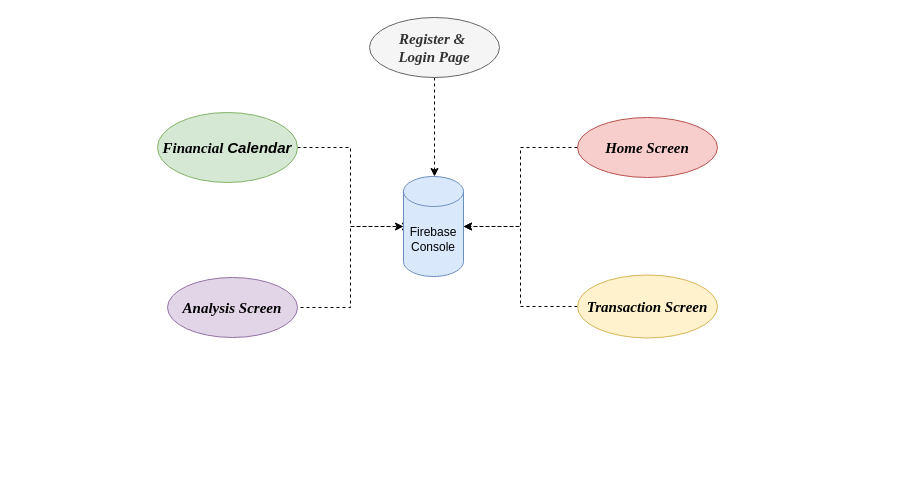
The draw.io diagram lib/Untitled Diagram.drawio in Sanketrajnor/Budget_Management_App, before the edit. Source tidied: cells renumbered, new cells numbered last; positions are measured from the earlier drawing's top-left corner, leaving out a move shared by most shapes. Both pictures are drawn from the tidied source at 100%, with x=0, y=0 at pixel (157, 17).
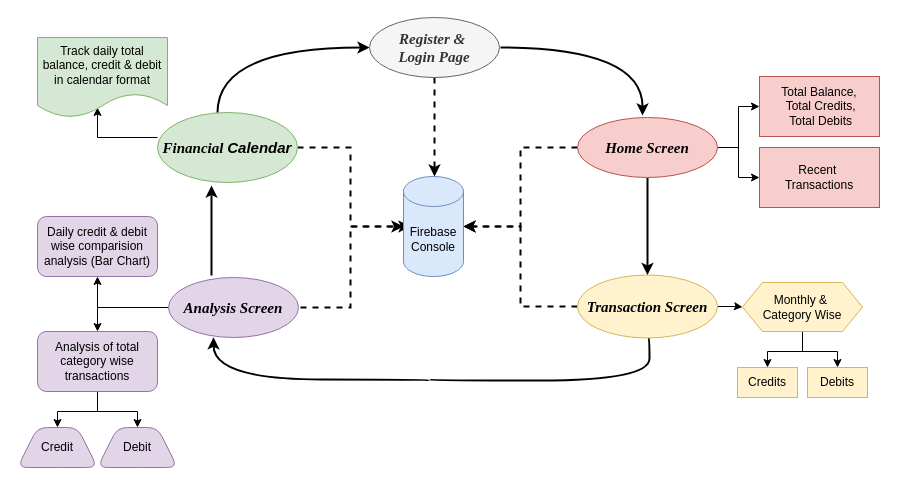
Above is the later version.

Commit message:
Workflow_Diagram

Unchanged cells that the change refers to:
```xml
<mxCell id="7" value="Firebase Console" style="shape=cylinder3;whiteSpace=wrap;html=1;boundedLbl=1;backgroundOutline=1;size=15;direction=east;fillColor=#dae8fc;strokeColor=#6c8ebf;" parent="1" vertex="1">
  <mxGeometry x="246" y="159" width="60" height="100" as="geometry" />
</mxCell>
<mxCell id="8" value="&lt;span style=&quot;font-size: 15px;&quot;&gt;&lt;b&gt;&lt;i&gt;&lt;font face=&quot;Times New Roman&quot;&gt;Financial&amp;nbsp;&lt;/font&gt;&lt;/i&gt;&lt;/b&gt;&lt;/span&gt;&lt;b style=&quot;background-color: initial; font-size: 15px;&quot;&gt;&lt;i&gt;&lt;font face=&quot;dkAlv6eLnfnX2Pmhtchp&quot;&gt;Calendar&lt;/font&gt;&lt;/i&gt;&lt;/b&gt;" style="ellipse;whiteSpace=wrap;html=1;fillColor=#d5e8d4;strokeColor=#82b366;" parent="1" vertex="1">
  <mxGeometry y="95" width="140" height="70" as="geometry" />
</mxCell>
<mxCell id="9" value="&lt;b&gt;&lt;i&gt;&lt;font face=&quot;Times New Roman&quot; style=&quot;font-size: 15px;&quot;&gt;Transaction Screen&lt;/font&gt;&lt;/i&gt;&lt;/b&gt;" style="ellipse;whiteSpace=wrap;html=1;fillColor=#fff2cc;strokeColor=#d6b656;" parent="1" vertex="1">
  <mxGeometry x="420" y="257.5" width="140" height="63" as="geometry" />
</mxCell>
<mxCell id="10" value="&lt;font face=&quot;Times New Roman&quot; size=&quot;1&quot; style=&quot;&quot;&gt;&lt;b style=&quot;&quot;&gt;&lt;i style=&quot;font-size: 15px;&quot;&gt;Home Screen&lt;/i&gt;&lt;/b&gt;&lt;/font&gt;" style="ellipse;whiteSpace=wrap;html=1;fillColor=#f8cecc;strokeColor=#b85450;" parent="1" vertex="1">
  <mxGeometry x="420" y="100" width="140" height="60" as="geometry" />
</mxCell>
<mxCell id="12" value="&lt;font face=&quot;Times New Roman&quot; size=&quot;1&quot; style=&quot;&quot;&gt;&lt;b style=&quot;&quot;&gt;&lt;i style=&quot;font-size: 15px;&quot;&gt;Register &amp;amp;&amp;nbsp;&lt;/i&gt;&lt;/b&gt;&lt;/font&gt;&lt;div&gt;&lt;font face=&quot;Times New Roman&quot; size=&quot;1&quot; style=&quot;&quot;&gt;&lt;b style=&quot;&quot;&gt;&lt;i style=&quot;font-size: 15px;&quot;&gt;Login Page&lt;/i&gt;&lt;/b&gt;&lt;/font&gt;&lt;/div&gt;" style="ellipse;whiteSpace=wrap;html=1;fillColor=#f5f5f5;strokeColor=#666666;fontColor=#333333;" parent="1" vertex="1">
  <mxGeometry x="212" width="130" height="60" as="geometry" />
</mxCell>
```

The edit, as a diff of the source:
```diff
@@
-    <mxCell id="2" style="edgeStyle=orthogonalEdgeStyle;rounded=0;jettySize=auto;html=1;dashed=1;" parent="1" edge="1" source="12" target="7">
+    <mxCell id="2" style="edgeStyle=orthogonalEdgeStyle;rounded=0;jettySize=auto;html=1;dashed=1;strokeWidth=2;" parent="1" edge="1" source="12" target="7">
       <mxGeometry relative="1" as="geometry">
         <Array as="points">
           <mxPoint x="280" y="160" />
           <mxPoint x="280" y="160" />
         </Array>
       </mxGeometry>
     </mxCell>
-    <mxCell id="3" style="edgeStyle=orthogonalEdgeStyle;rounded=0;jettySize=auto;html=1;dashed=1;" parent="1" edge="1" source="8" target="7">
+    <mxCell id="3" style="edgeStyle=orthogonalEdgeStyle;rounded=0;jettySize=auto;html=1;dashed=1;strokeWidth=2;" parent="1" edge="1" source="8" target="7">
       <mxGeometry relative="1" as="geometry" />
     </mxCell>
-    <mxCell id="4" style="edgeStyle=orthogonalEdgeStyle;rounded=0;jettySize=auto;html=1;dashed=1;" parent="1" edge="1" source="10" target="7">
+    <mxCell id="4" style="edgeStyle=orthogonalEdgeStyle;rounded=0;jettySize=auto;html=1;dashed=1;strokeWidth=2;" parent="1" edge="1" source="10" target="7">
       <mxGeometry relative="1" as="geometry" />
     </mxCell>
-    <mxCell id="5" style="edgeStyle=orthogonalEdgeStyle;rounded=0;jettySize=auto;html=1;dashed=1;exitX=0;exitY=0.5;exitDx=0;exitDy=0;" parent="1" edge="1" source="9" target="7">
+    <mxCell id="5" style="edgeStyle=orthogonalEdgeStyle;rounded=0;jettySize=auto;html=1;dashed=1;exitX=0;exitY=0.5;exitDx=0;exitDy=0;strokeWidth=2;" parent="1" edge="1" source="9" target="7">
       <mxGeometry relative="1" as="geometry" />
     </mxCell>
-    <mxCell id="6" style="edgeStyle=orthogonalEdgeStyle;rounded=0;orthogonalLoop=1;jettySize=auto;html=1;dashed=1;exitX=1;exitY=0.5;exitDx=0;exitDy=0;" parent="1" edge="1">
+    <mxCell id="6" style="edgeStyle=orthogonalEdgeStyle;rounded=0;orthogonalLoop=1;jettySize=auto;html=1;dashed=1;exitX=1;exitY=0.5;exitDx=0;exitDy=0;strokeWidth=2;" parent="1" edge="1">
       <mxGeometry relative="1" as="geometry">
         <mxPoint x="143" y="290" as="sourcePoint" />
         <mxPoint x="253" y="209" as="targetPoint" />
         <Array as="points">
           <mxPoint x="193" y="290" />
           <mxPoint x="193" y="209" />
         </Array>
       </mxGeometry>
     </mxCell>
@@
+    <mxCell id="13" style="edgeStyle=orthogonalEdgeStyle;rounded=0;jettySize=auto;html=1;entryX=0;entryY=0.5;entryDx=0;entryDy=0;curved=1;strokeWidth=2;" parent="1" edge="1" source="8" target="12">
+      <mxGeometry relative="1" as="geometry">
+        <Array as="points">
+          <mxPoint x="60" y="30" />
+        </Array>
+      </mxGeometry>
+    </mxCell>
+    <mxCell id="14" style="edgeStyle=orthogonalEdgeStyle;rounded=0;orthogonalLoop=1;jettySize=auto;html=1;" parent="1" edge="1">
+      <mxGeometry relative="1" as="geometry">
+        <mxPoint y="120" as="sourcePoint" />
+        <mxPoint x="-60" y="90" as="targetPoint" />
+        <Array as="points">
+          <mxPoint x="-60" y="120" />
+        </Array>
+      </mxGeometry>
+    </mxCell>
@@
+    <mxCell id="15" style="edgeStyle=orthogonalEdgeStyle;rounded=0;orthogonalLoop=1;jettySize=auto;html=1;strokeWidth=2;curved=1;exitX=0.586;exitY=0.976;exitDx=0;exitDy=0;exitPerimeter=0;" parent="1" edge="1">
+      <mxGeometry relative="1" as="geometry">
+        <mxPoint x="491" y="319" as="sourcePoint" />
+        <mxPoint x="56" y="319.8" as="targetPoint" />
+        <Array as="points">
+          <mxPoint x="492" y="363" />
+          <mxPoint x="272" y="363" />
+          <mxPoint x="272" y="362" />
+          <mxPoint x="56" y="362" />
+        </Array>
+      </mxGeometry>
+    </mxCell>
+    <mxCell id="16" style="edgeStyle=orthogonalEdgeStyle;rounded=0;jettySize=auto;html=1;" parent="1" edge="1" source="9" target="28">
+      <mxGeometry relative="1" as="geometry" />
+    </mxCell>
@@
+    <mxCell id="17" style="edgeStyle=orthogonalEdgeStyle;rounded=0;orthogonalLoop=1;jettySize=auto;html=1;entryX=0.5;entryY=0;entryDx=0;entryDy=0;strokeWidth=2;" parent="1" edge="1">
+      <mxGeometry relative="1" as="geometry">
+        <mxPoint x="490" y="160" as="sourcePoint" />
+        <mxPoint x="490" y="257.5" as="targetPoint" />
+      </mxGeometry>
+    </mxCell>
+    <mxCell id="18" style="edgeStyle=orthogonalEdgeStyle;rounded=0;jettySize=auto;html=1;" parent="1" edge="1" source="10" target="24">
+      <mxGeometry relative="1" as="geometry" />
+    </mxCell>
+    <mxCell id="19" style="edgeStyle=orthogonalEdgeStyle;rounded=0;jettySize=auto;html=1;entryX=0;entryY=0.5;entryDx=0;entryDy=0;" parent="1" edge="1" source="10" target="25">
+      <mxGeometry relative="1" as="geometry" />
+    </mxCell>
@@
+    <mxCell id="20" style="edgeStyle=orthogonalEdgeStyle;rounded=0;orthogonalLoop=1;jettySize=auto;html=1;strokeWidth=2;" parent="1" edge="1">
+      <mxGeometry relative="1" as="geometry">
+        <mxPoint x="54" y="258" as="sourcePoint" />
+        <mxPoint x="54" y="168" as="targetPoint" />
+      </mxGeometry>
+    </mxCell>
+    <mxCell id="21" style="edgeStyle=orthogonalEdgeStyle;rounded=0;jettySize=auto;html=1;" parent="1" edge="1" source="11" target="31">
+      <mxGeometry relative="1" as="geometry" />
+    </mxCell>
+    <mxCell id="22" style="edgeStyle=orthogonalEdgeStyle;rounded=0;jettySize=auto;html=1;entryX=0.5;entryY=0;entryDx=0;entryDy=0;" parent="1" edge="1" source="11" target="34">
+      <mxGeometry relative="1" as="geometry" />
+    </mxCell>
     <mxCell id="11" value="&lt;b&gt;&lt;i&gt;&lt;font face=&quot;Times New Roman&quot; style=&quot;font-size: 15px;&quot;&gt;Analysis Screen&lt;/font&gt;&lt;/i&gt;&lt;/b&gt;" style="ellipse;whiteSpace=wrap;html=1;fillColor=#e1d5e7;strokeColor=#9673a6;" parent="1" vertex="1">
-      <mxGeometry x="10" y="260" width="130" height="60" as="geometry" />
+      <mxGeometry x="11" y="260" width="130" height="60" as="geometry" />
     </mxCell>
@@
+    <mxCell id="23" style="edgeStyle=orthogonalEdgeStyle;rounded=0;orthogonalLoop=1;jettySize=auto;html=1;entryX=0.457;entryY=-0.033;entryDx=0;entryDy=0;entryPerimeter=0;curved=1;strokeWidth=2;" parent="1" edge="1">
+      <mxGeometry relative="1" as="geometry">
+        <mxPoint x="343" y="30" as="sourcePoint" />
+        <mxPoint x="485" y="98" as="targetPoint" />
+      </mxGeometry>
+    </mxCell>
+    <mxCell id="24" value="Total Balance,&lt;div&gt;&amp;nbsp;Total Credits,&lt;/div&gt;&lt;div&gt;&amp;nbsp;Total Debits&lt;/div&gt;" style="whiteSpace=wrap;html=1;fillColor=#f8cecc;strokeColor=#b85450;" parent="1" vertex="1">
+      <mxGeometry x="602" y="59" width="120" height="60" as="geometry" />
+    </mxCell>
+    <mxCell id="25" value="Recent&amp;nbsp;&lt;div&gt;Transactions&lt;/div&gt;" style="whiteSpace=wrap;html=1;fillColor=#f8cecc;strokeColor=#b85450;" parent="1" vertex="1">
+      <mxGeometry x="602" y="130" width="120" height="60" as="geometry" />
+    </mxCell>
+    <mxCell id="26" style="edgeStyle=orthogonalEdgeStyle;rounded=0;jettySize=auto;html=1;" parent="1" edge="1" source="28" target="29">
+      <mxGeometry relative="1" as="geometry" />
+    </mxCell>
+    <mxCell id="27" style="edgeStyle=orthogonalEdgeStyle;rounded=0;jettySize=auto;html=1;entryX=0.5;entryY=0;entryDx=0;entryDy=0;" parent="1" edge="1" source="28" target="30">
+      <mxGeometry relative="1" as="geometry" />
+    </mxCell>
+    <mxCell id="28" value="Monthly &amp;amp;&amp;nbsp;&lt;div&gt;Category Wise&lt;/div&gt;" style="shape=hexagon;perimeter=hexagonPerimeter2;whiteSpace=wrap;html=1;fixedSize=1;fillColor=#fff2cc;strokeColor=#d6b656;" parent="1" vertex="1">
+      <mxGeometry x="585" y="265" width="120" height="49" as="geometry" />
+    </mxCell>
+    <mxCell id="29" value="Credits" style="whiteSpace=wrap;html=1;fillColor=#fff2cc;strokeColor=#d6b656;" parent="1" vertex="1">
+      <mxGeometry x="580" y="350" width="60" height="30" as="geometry" />
+    </mxCell>
+    <mxCell id="30" value="Debits" style="whiteSpace=wrap;html=1;fillColor=#fff2cc;strokeColor=#d6b656;" parent="1" vertex="1">
+      <mxGeometry x="650" y="350" width="60" height="30" as="geometry" />
+    </mxCell>
+    <mxCell id="31" value="Daily credit &amp;amp; debit wise comparision&lt;div&gt;analysis (Bar Chart)&lt;/div&gt;" style="rounded=1;whiteSpace=wrap;html=1;fillColor=#e1d5e7;strokeColor=#9673a6;" parent="1" vertex="1">
+      <mxGeometry x="-120" y="199" width="120" height="60" as="geometry" />
+    </mxCell>
+    <mxCell id="32" style="edgeStyle=orthogonalEdgeStyle;rounded=0;jettySize=auto;html=1;" parent="1" edge="1" source="34" target="35">
+      <mxGeometry relative="1" as="geometry" />
+    </mxCell>
+    <mxCell id="33" style="edgeStyle=orthogonalEdgeStyle;rounded=0;jettySize=auto;html=1;entryX=0.5;entryY=0;entryDx=0;entryDy=0;" parent="1" edge="1" source="34" target="36">
+      <mxGeometry relative="1" as="geometry" />
+    </mxCell>
+    <mxCell id="34" value="Analysis of total category wise transactions" style="rounded=1;whiteSpace=wrap;html=1;fillColor=#e1d5e7;strokeColor=#9673a6;" parent="1" vertex="1">
+      <mxGeometry x="-120" y="314" width="120" height="60" as="geometry" />
+    </mxCell>
+    <mxCell id="35" value="Credit" style="shape=trapezoid;perimeter=trapezoidPerimeter;whiteSpace=wrap;html=1;fixedSize=1;fillColor=#e1d5e7;strokeColor=#9673a6;rounded=1;" parent="1" vertex="1">
+      <mxGeometry x="-140" y="410" width="80" height="40" as="geometry" />
+    </mxCell>
+    <mxCell id="36" value="Debit" style="shape=trapezoid;perimeter=trapezoidPerimeter;whiteSpace=wrap;html=1;fixedSize=1;fillColor=#e1d5e7;strokeColor=#9673a6;rounded=1;" parent="1" vertex="1">
+      <mxGeometry x="-60" y="410" width="80" height="40" as="geometry" />
+    </mxCell>
+    <mxCell id="37" value="Track daily total balance, credit &amp;amp; debit in calendar format" style="shape=document;whiteSpace=wrap;html=1;boundedLbl=1;fillColor=#d5e8d4;strokeColor=#82b366;" parent="1" vertex="1">
+      <mxGeometry x="-120" y="20" width="130" height="80" as="geometry" />
+    </mxCell>
```
